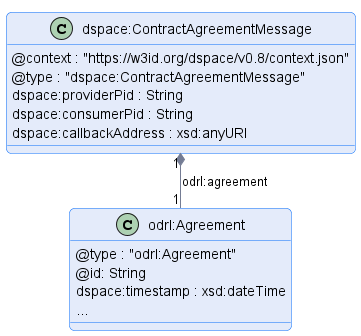
This is negotiation/message/diagram/contract-agreement-message.png from International-Data-Spaces-Association/ids-specification, a PlantUML export, as it was before one commit.
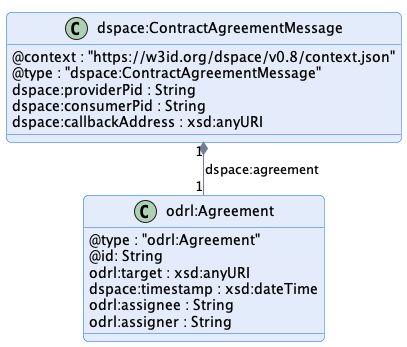
Above is the later version.

Change to the diagram source:
```diff
@@ -17,10 +17,12 @@
 class odrl:Agreement {
     @type : "odrl:Agreement"
     @id: String
+    odrl:target : xsd:anyURI
     dspace:timestamp : xsd:dateTime
-    ...
+    odrl:assignee : String
+    odrl:assigner : String
 }
 
-"dspace:ContractAgreementMessage" "1" *-- "1" "odrl:Agreement" : "odrl:agreement"
+"dspace:ContractAgreementMessage" "1" *-- "1" "odrl:Agreement" : "dspace:agreement"
 
 @enduml
```
